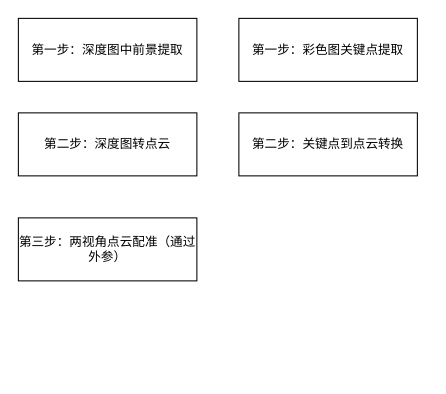
This is xnr.drawio from yzy1421/Amateur-women-basketball-in-China, a draw.io file, before an edit. Source tidied: cells renumbered, new cells numbered last; positions are measured from the earlier drawing's top-left corner, leaving out a move shared by most shapes. Both pictures are drawn from the tidied source at 105%, with x=0, y=0 at pixel (18, 18).
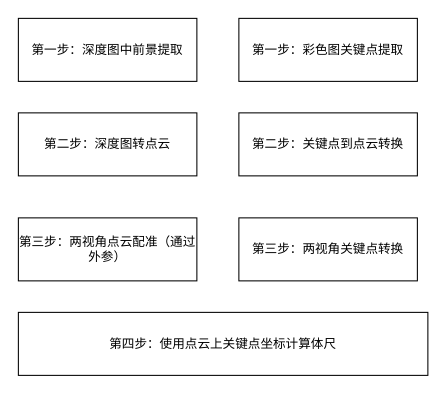
The same diagram, later.

Change to the diagram source:
```diff
@@
 <mxGraphModel>
   <root>
     <mxCell id="0" />
     <mxCell id="1" parent="0" />
     <mxCell id="2" value="第一步：深度图中前景提取" style="rounded=0;whiteSpace=wrap;html=1;" parent="1" vertex="1">
       <mxGeometry width="170" height="60" as="geometry" />
     </mxCell>
     <mxCell id="3" value="第二步：深度图转点云" style="rounded=0;whiteSpace=wrap;html=1;" parent="1" vertex="1">
       <mxGeometry y="90" width="170" height="60" as="geometry" />
     </mxCell>
     <mxCell id="4" value="第三步：两视角点云配准（通过外参）" style="rounded=0;whiteSpace=wrap;html=1;" parent="1" vertex="1">
       <mxGeometry y="190" width="170" height="60" as="geometry" />
     </mxCell>
     <mxCell id="5" value="第一步：彩色图关键点提取" style="rounded=0;whiteSpace=wrap;html=1;" parent="1" vertex="1">
       <mxGeometry x="210" width="170" height="60" as="geometry" />
     </mxCell>
     <mxCell id="6" value="第二步：关键点到点云转换" style="rounded=0;whiteSpace=wrap;html=1;" parent="1" vertex="1">
       <mxGeometry x="210" y="90" width="170" height="60" as="geometry" />
     </mxCell>
+    <mxCell id="7" value="第三步：两视角关键点转换" style="rounded=0;whiteSpace=wrap;html=1;" parent="1" vertex="1">
+      <mxGeometry x="210" y="190" width="170" height="60" as="geometry" />
+    </mxCell>
+    <mxCell id="8" value="第四步：使用点云上关键点坐标计算体尺" style="rounded=0;whiteSpace=wrap;html=1;" parent="1" vertex="1">
+      <mxGeometry y="280" width="390" height="60" as="geometry" />
+    </mxCell>
   </root>
 </mxGraphModel>
```
